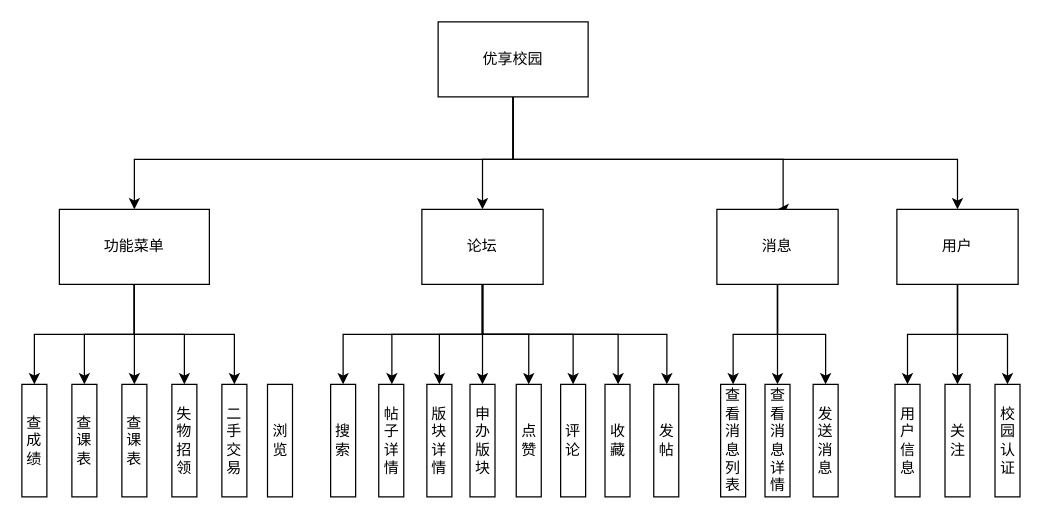
Earlier version of the draw.io diagram public/组织结构图.drawio (CodeMonkeyJeffGT/youBack). Source tidied: cells renumbered, new cells numbered last; positions are measured from the earlier drawing's top-left corner, leaving out a move shared by most shapes. Both pictures are drawn from the tidied source at 125%, with x=0, y=0 at pixel (21, 21).
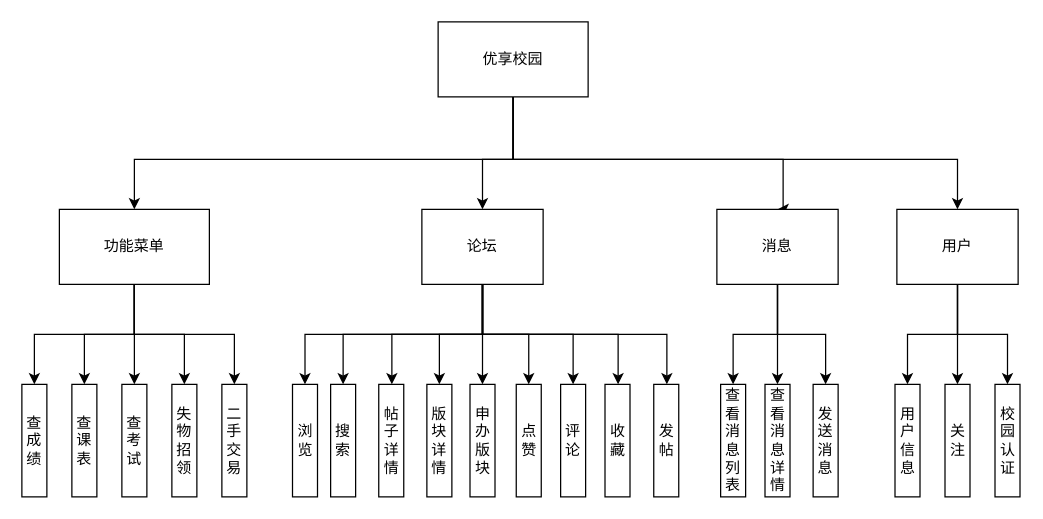
The same diagram, later.

Commit message:
更新组织结构图.drawio

The change refers to these unchanged cells:
```xml
<mxCell id="15" value="论坛" style="rounded=0;whiteSpace=wrap;html=1;" parent="1" vertex="1">
  <mxGeometry x="320" y="150" width="97" height="60" as="geometry" />
</mxCell>
```

Change to the diagram source:
```diff
@@
+    <mxCell id="50" style="edgeStyle=orthogonalEdgeStyle;rounded=0;jettySize=auto;html=1;entryX=0.5;entryY=0;entryDx=0;entryDy=0;" parent="1" edge="1" source="15" target="40">
+      <mxGeometry relative="1" as="geometry">
+        <Array as="points">
+          <mxPoint x="369" y="250" />
+          <mxPoint x="227" y="250" />
+        </Array>
+      </mxGeometry>
+    </mxCell>
@@
-    <mxCell id="32" value="查课表" style="rounded=0;whiteSpace=wrap;html=1;" parent="1" vertex="1">
+    <mxCell id="32" value="查考试" style="rounded=0;whiteSpace=wrap;html=1;" parent="1" vertex="1">
       <mxGeometry x="80" y="290" width="20" height="90" as="geometry" />
     </mxCell>
@@
     <mxCell id="40" value="浏览" style="rounded=0;whiteSpace=wrap;html=1;" parent="1" vertex="1">
-      <mxGeometry x="196.5" y="290" width="20" height="90" as="geometry" />
+      <mxGeometry x="216.5" y="290" width="20" height="90" as="geometry" />
     </mxCell>
```
